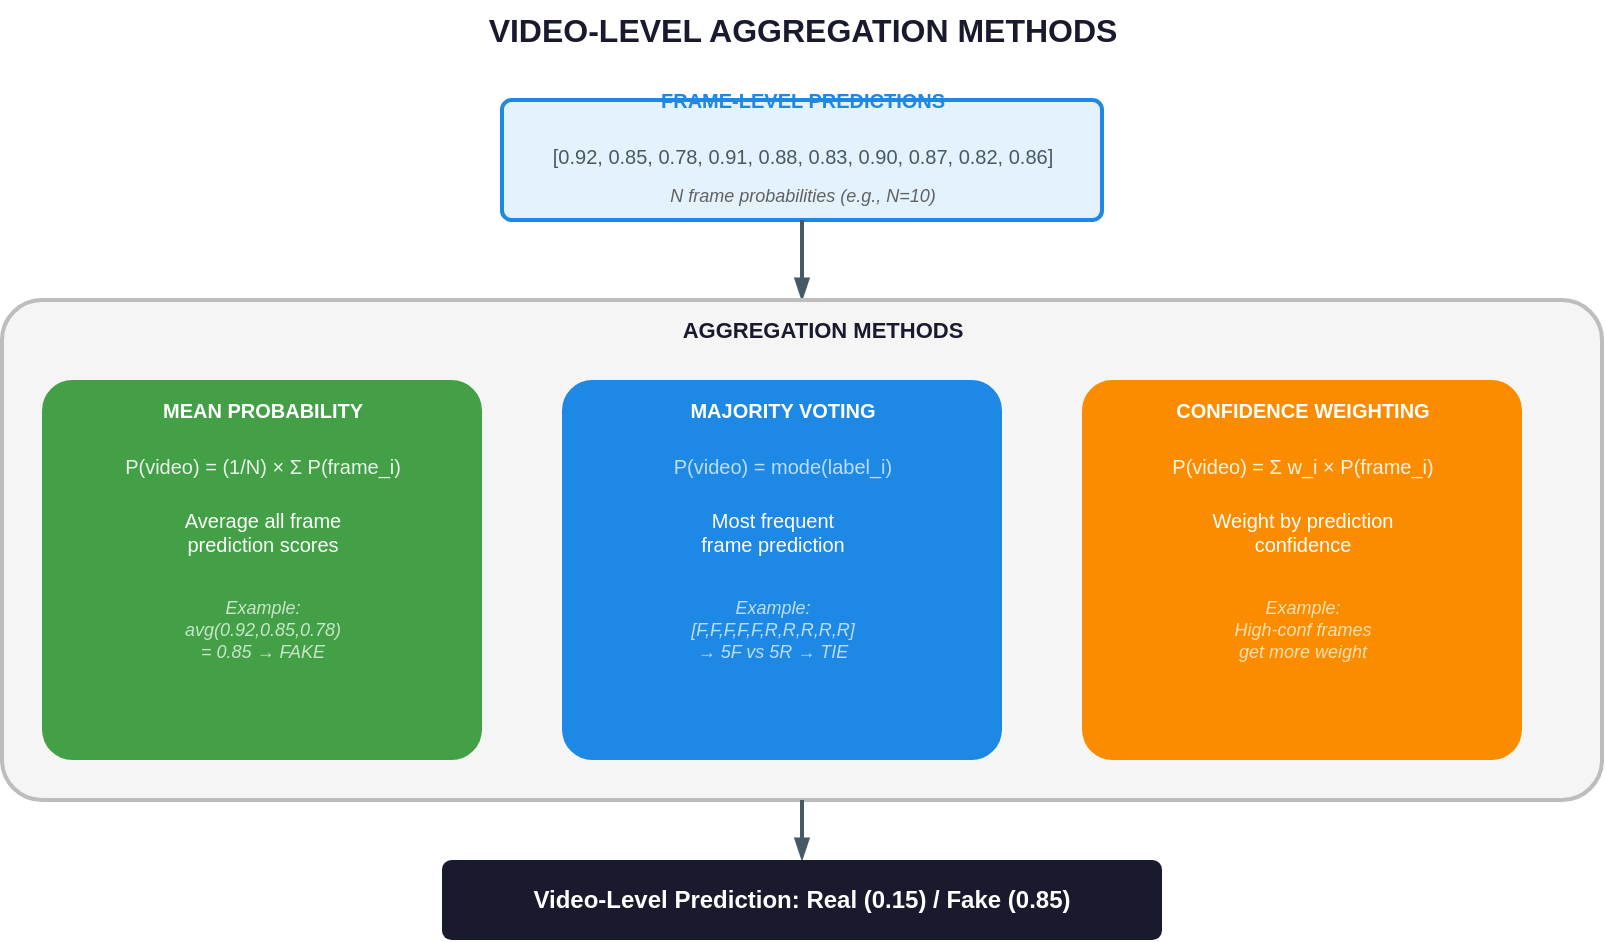
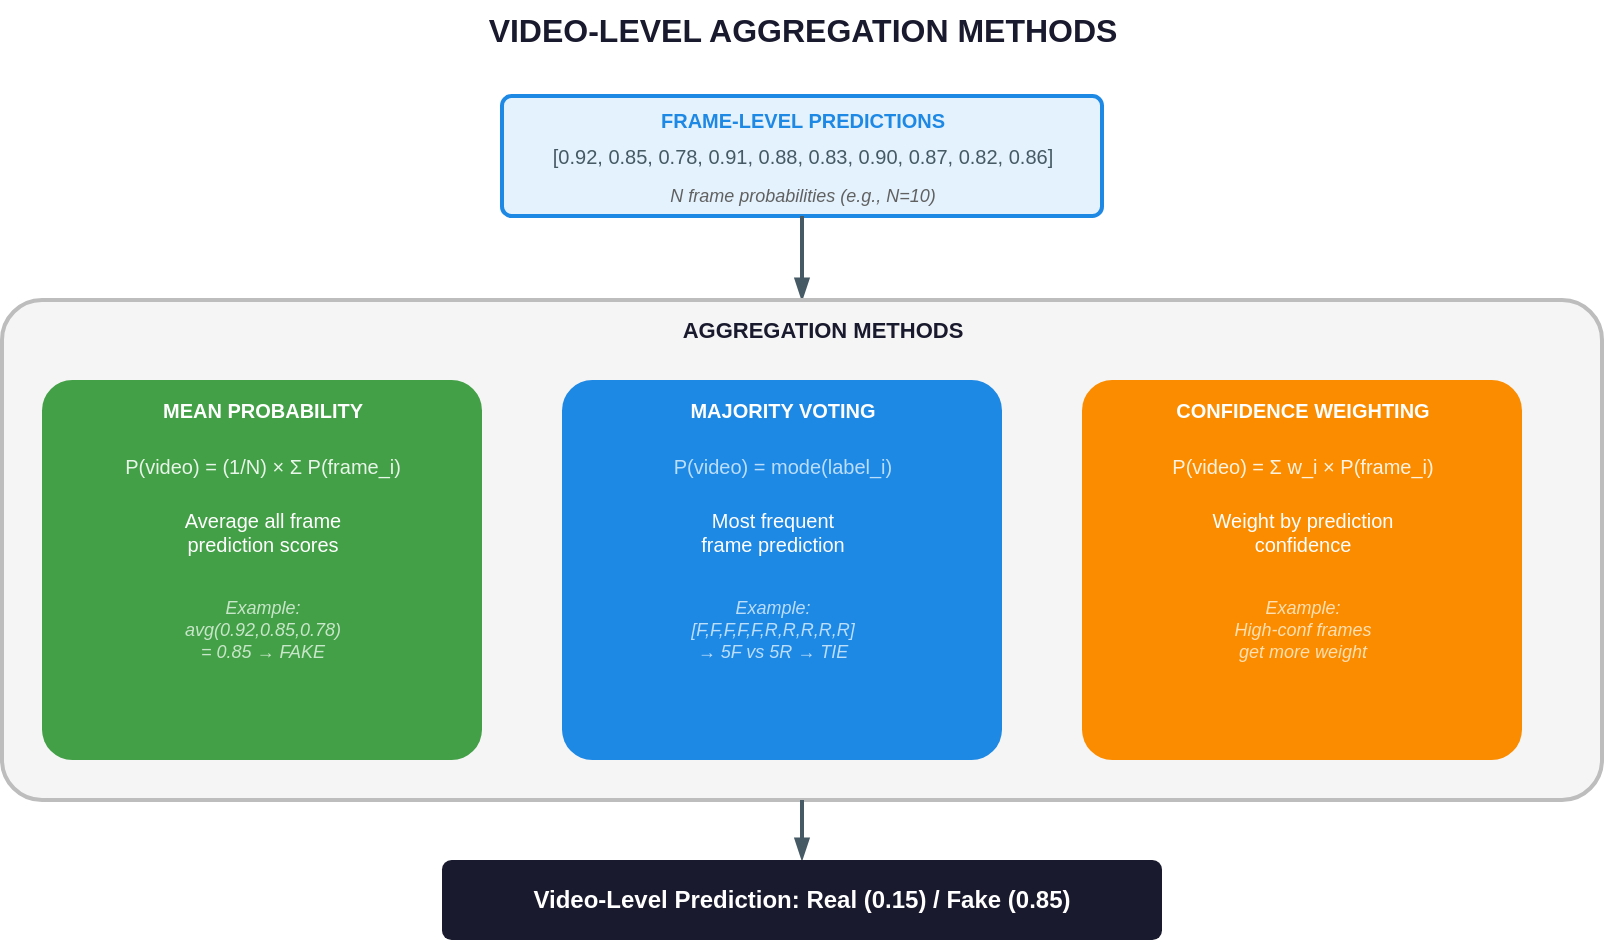
- <?xml version="1.0" encoding="UTF-8"?>
- <mxfile host="app.diagrams.net" modified="2026-02-25T10:30:00.000Z" agent="drawio" version="21.0.0" type="device">
-   <diagram id="video-aggregation" name="Video-Level Aggregation">
-     <mxGraphModel dx="1200" dy="800" grid="1" gridSize="10" guides="1" tooltips="1" connect="1" arrows="1" fold="1" page="1" pageScale="1" pageWidth="1100" pageHeight="850" math="0" shadow="0">
-       <root>
-         <mxCell id="0" />
-         <mxCell id="1" parent="0" />
- 
-         <!-- Title -->
-         <mxCell id="title" value="VIDEO-LEVEL AGGREGATION METHODS" style="text;html=1;align=center;verticalAlign=middle;resizable=0;points=[];autosize=1;strokeColor=none;fillColor=none;fontSize=16;fontStyle=1;fontColor=#1A1A2E;" vertex="1" parent="1">
-           <mxGeometry x="340" y="10" width="320" height="30" as="geometry" />
-         </mxCell>
- 
-         <!-- Frame Predictions -->
-         <mxCell id="frames" value="" style="rounded=1;whiteSpace=wrap;html=1;fillColor=#E3F2FD;strokeColor=#1E88E5;strokeWidth=2;arcSize=8;" vertex="1" parent="1">
-           <mxGeometry x="350" y="60" width="300" height="60" as="geometry" />
-         </mxCell>
-         <mxCell id="frames_title" value="FRAME-LEVEL PREDICTIONS" style="text;html=1;align=center;verticalAlign=middle;resizable=0;points=[];autosize=1;strokeColor=none;fillColor=none;fontSize=10;fontStyle=1;fontColor=#1E88E5;" vertex="1" parent="1">
-           <mxGeometry x="400" y="50" width="200" height="20" as="geometry" />
-         </mxCell>
-         <mxCell id="frames_detail" value="[0.92, 0.85, 0.78, 0.91, 0.88, 0.83, 0.90, 0.87, 0.82, 0.86]" style="text;html=1;align=center;verticalAlign=middle;resizable=0;points=[];autosize=1;strokeColor=none;fillColor=none;fontSize=10;fontColor=#455A64;" vertex="1" parent="1">
-           <mxGeometry x="370" y="80" width="260" height="16" as="geometry" />
-         </mxCell>
-         <mxCell id="frames_detail2" value="N frame probabilities (e.g., N=10)" style="text;html=1;align=center;verticalAlign=middle;resizable=0;points=[];autosize=1;strokeColor=none;fillColor=none;fontSize=9;fontStyle=2;fontColor=#616161;" vertex="1" parent="1">
-           <mxGeometry x="400" y="100" width="200" height="16" as="geometry" />
-         </mxCell>
- 
-         <!-- Arrow -->
-         <mxCell id="a1" style="edgeStyle=orthogonalEdgeStyle;rounded=0;orthogonalLoop=1;jettySize=auto;exitX=0.5;exitY=1;exitDx=0;exitDy=0;entryX=0.5;entryY=0;entryDx=0;entryDy=0;strokeColor=#455A64;strokeWidth=2;endArrow=blockThin;endFill=1;" edge="1" parent="1" source="frames" target="methods">
-           <mxGeometry relative="1" as="geometry" />
-         </mxCell>
- 
-         <!-- Methods Container -->
-         <mxCell id="methods" value="" style="rounded=1;whiteSpace=wrap;html=1;fillColor=#F5F5F5;strokeColor=#BDBDBD;strokeWidth=2;arcSize=8;" vertex="1" parent="1">
-           <mxGeometry x="100" y="160" width="800" height="250" as="geometry" />
-         </mxCell>
-         <mxCell id="methods_title" value="AGGREGATION METHODS" style="text;html=1;align=center;verticalAlign=middle;resizable=0;points=[];autosize=1;strokeColor=none;fillColor=none;fontSize=11;fontStyle=1;fontColor=#1A1A2E;" vertex="1" parent="1">
-           <mxGeometry x="430" y="165" width="160" height="20" as="geometry" />
-         </mxCell>
- 
-         <!-- Method 1: Mean Probability -->
-         <mxCell id="mean" value="" style="rounded=1;whiteSpace=wrap;html=1;fillColor=#43A047;strokeColor=none;fontColor=#FFFFFF;fontSize=11;fontStyle=1;arcSize=8;" vertex="1" parent="1">
-           <mxGeometry x="120" y="200" width="220" height="190" as="geometry" />
-         </mxCell>
-         <mxCell id="mean_title" value="MEAN PROBABILITY" style="text;html=1;align=center;verticalAlign=middle;resizable=0;points=[];autosize=1;strokeColor=none;fillColor=none;fontSize=10;fontStyle=1;fontColor=#FFFFFF;" vertex="1" parent="1">
-           <mxGeometry x="165" y="205" width="130" height="20" as="geometry" />
-         </mxCell>
-         <mxCell id="mean_formula" value="P(video) = (1/N) × Σ P(frame_i)" style="text;html=1;align=center;verticalAlign=middle;resizable=0;points=[];autosize=1;strokeColor=none;fillColor=none;fontSize=10;fontStyle=0;fontColor=#E8F5E9;" vertex="1" parent="1">
-           <mxGeometry x="140" y="235" width="180" height="16" as="geometry" />
-         </mxCell>
-         <mxCell id="mean_desc" value="Average all frame&#xa;prediction scores" style="text;html=1;align=center;verticalAlign=middle;resizable=0;points=[];autosize=1;strokeColor=none;fillColor=none;fontSize=10;fontColor=#FFFFFF;" vertex="1" parent="1">
-           <mxGeometry x="170" y="260" width="120" height="32" as="geometry" />
-         </mxCell>
-         <mxCell id="mean_example" value="Example:&#xa;avg(0.92,0.85,0.78)&#xa;= 0.85 → FAKE" style="text;html=1;align=center;verticalAlign=middle;resizable=0;points=[];autosize=1;strokeColor=none;fillColor=none;fontSize=9;fontStyle=2;fontColor=#C8E6C9;" vertex="1" parent="1">
-           <mxGeometry x="155" y="305" width="150" height="40" as="geometry" />
-         </mxCell>
- 
-         <!-- Method 2: Majority Voting -->
-         <mxCell id="majority" value="" style="rounded=1;whiteSpace=wrap;html=1;fillColor=#1E88E5;strokeColor=none;fontColor=#FFFFFF;fontSize=11;fontStyle=1;arcSize=8;" vertex="1" parent="1">
-           <mxGeometry x="380" y="200" width="220" height="190" as="geometry" />
-         </mxCell>
-         <mxCell id="majority_title" value="MAJORITY VOTING" style="text;html=1;align=center;verticalAlign=middle;resizable=0;points=[];autosize=1;strokeColor=none;fillColor=none;fontSize=10;fontStyle=1;fontColor=#FFFFFF;" vertex="1" parent="1">
-           <mxGeometry x="425" y="205" width="130" height="20" as="geometry" />
-         </mxCell>
-         <mxCell id="majority_formula" value="P(video) = mode(label_i)" style="text;html=1;align=center;verticalAlign=middle;resizable=0;points=[];autosize=1;strokeColor=none;fillColor=none;fontSize=10;fontStyle=0;fontColor=#BBDEFB;" vertex="1" parent="1">
-           <mxGeometry x="405" y="235" width="170" height="16" as="geometry" />
-         </mxCell>
-         <mxCell id="majority_desc" value="Most frequent&#xa;frame prediction" style="text;html=1;align=center;verticalAlign=middle;resizable=0;points=[];autosize=1;strokeColor=none;fillColor=none;fontSize=10;fontColor=#FFFFFF;" vertex="1" parent="1">
-           <mxGeometry x="425" y="260" width="120" height="32" as="geometry" />
-         </mxCell>
-         <mxCell id="majority_example" value="Example:&#xa;[F,F,F,F,F,R,R,R,R,R]&#xa;→ 5F vs 5R → TIE" style="text;html=1;align=center;verticalAlign=middle;resizable=0;points=[];autosize=1;strokeColor=none;fillColor=none;fontSize=9;fontStyle=2;fontColor=#BBDEFB;" vertex="1" parent="1">
-           <mxGeometry x="400" y="305" width="170" height="40" as="geometry" />
-         </mxCell>
- 
-         <!-- Method 3: Confidence Weighting -->
-         <mxCell id="confidence" value="" style="rounded=1;whiteSpace=wrap;html=1;fillColor=#FB8C00;strokeColor=none;fontColor=#FFFFFF;fontSize=11;fontStyle=1;arcSize=8;" vertex="1" parent="1">
-           <mxGeometry x="640" y="200" width="220" height="190" as="geometry" />
-         </mxCell>
-         <mxCell id="confidence_title" value="CONFIDENCE WEIGHTING" style="text;html=1;align=center;verticalAlign=middle;resizable=0;points=[];autosize=1;strokeColor=none;fillColor=none;fontSize=10;fontStyle=1;fontColor=#FFFFFF;" vertex="1" parent="1">
-           <mxGeometry x="675" y="205" width="150" height="20" as="geometry" />
-         </mxCell>
-         <mxCell id="confidence_formula" value="P(video) = Σ w_i × P(frame_i)" style="text;html=1;align=center;verticalAlign=middle;resizable=0;points=[];autosize=1;strokeColor=none;fillColor=none;fontSize=10;fontStyle=0;fontColor=#FFF3E0;" vertex="1" parent="1">
-           <mxGeometry x="660" y="235" width="180" height="16" as="geometry" />
-         </mxCell>
-         <mxCell id="confidence_desc" value="Weight by prediction&#xa;confidence" style="text;html=1;align=center;verticalAlign=middle;resizable=0;points=[];autosize=1;strokeColor=none;fillColor=none;fontSize=10;fontColor=#FFFFFF;" vertex="1" parent="1">
-           <mxGeometry x="680" y="260" width="140" height="32" as="geometry" />
-         </mxCell>
-         <mxCell id="confidence_example" value="Example:&#xa;High-conf frames&#xa;get more weight" style="text;html=1;align=center;verticalAlign=middle;resizable=0;points=[];autosize=1;strokeColor=none;fillColor=none;fontSize=9;fontStyle=2;fontColor=#FFE0B2;" vertex="1" parent="1">
-           <mxGeometry x="670" y="305" width="160" height="40" as="geometry" />
-         </mxCell>
- 
-         <!-- Arrow -->
-         <mxCell id="a2" style="edgeStyle=orthogonalEdgeStyle;rounded=0;orthogonalLoop=1;jettySize=auto;exitX=0.5;exitY=1;exitDx=0;exitDy=0;entryX=0.5;entryY=0;entryDx=0;entryDy=0;strokeColor=#455A64;strokeWidth=2;endArrow=blockThin;endFill=1;" edge="1" parent="1" source="methods" target="output">
-           <mxGeometry relative="1" as="geometry" />
-         </mxCell>
- 
-         <!-- Output -->
-         <mxCell id="output" value="Video-Level Prediction: Real (0.15) / Fake (0.85)" style="rounded=1;whiteSpace=wrap;html=1;fillColor=#1A1A2E;strokeColor=none;fontColor=#FFFFFF;fontSize=12;fontStyle=1;arcSize=12;" vertex="1" parent="1">
-           <mxGeometry x="320" y="440" width="360" height="40" as="geometry" />
-         </mxCell>
- 
-       </root>
-     </mxGraphModel>
-   </diagram>
- </mxfile>
+ <mxfile host="65bd71144e">
+     <diagram id="video-aggregation" name="Video-Level Aggregation">
+         <mxGraphModel dx="1045" dy="566" grid="1" gridSize="10" guides="1" tooltips="1" connect="1" arrows="1" fold="1" page="1" pageScale="1" pageWidth="1100" pageHeight="850" math="0" shadow="0">
+             <root>
+                 <mxCell id="0"/>
+                 <mxCell id="1" parent="0"/>
+                 <mxCell id="title" value="VIDEO-LEVEL AGGREGATION METHODS" style="text;html=1;align=center;verticalAlign=middle;resizable=0;points=[];autosize=1;strokeColor=none;fillColor=none;fontSize=16;fontStyle=1;fontColor=#1A1A2E;" parent="1" vertex="1">
+                     <mxGeometry x="340" y="10" width="320" height="30" as="geometry"/>
+                 </mxCell>
+                 <mxCell id="frames" value="" style="rounded=1;whiteSpace=wrap;html=1;fillColor=#E3F2FD;strokeColor=#1E88E5;strokeWidth=2;arcSize=8;" parent="1" vertex="1">
+                     <mxGeometry x="350" y="58" width="300" height="60" as="geometry"/>
+                 </mxCell>
+                 <mxCell id="frames_title" value="FRAME-LEVEL PREDICTIONS" style="text;html=1;align=center;verticalAlign=middle;resizable=0;points=[];autosize=1;strokeColor=none;fillColor=none;fontSize=10;fontStyle=1;fontColor=#1E88E5;" parent="1" vertex="1">
+                     <mxGeometry x="400" y="60" width="200" height="20" as="geometry"/>
+                 </mxCell>
+                 <mxCell id="frames_detail" value="[0.92, 0.85, 0.78, 0.91, 0.88, 0.83, 0.90, 0.87, 0.82, 0.86]" style="text;html=1;align=center;verticalAlign=middle;resizable=0;points=[];autosize=1;strokeColor=none;fillColor=none;fontSize=10;fontColor=#455A64;" parent="1" vertex="1">
+                     <mxGeometry x="370" y="80" width="260" height="16" as="geometry"/>
+                 </mxCell>
+                 <mxCell id="frames_detail2" value="N frame probabilities (e.g., N=10)" style="text;html=1;align=center;verticalAlign=middle;resizable=0;points=[];autosize=1;strokeColor=none;fillColor=none;fontSize=9;fontStyle=2;fontColor=#616161;" parent="1" vertex="1">
+                     <mxGeometry x="400" y="100" width="200" height="16" as="geometry"/>
+                 </mxCell>
+                 <mxCell id="a1" style="edgeStyle=orthogonalEdgeStyle;rounded=0;orthogonalLoop=1;jettySize=auto;exitX=0.5;exitY=1;exitDx=0;exitDy=0;entryX=0.5;entryY=0;entryDx=0;entryDy=0;strokeColor=#455A64;strokeWidth=2;endArrow=blockThin;endFill=1;" parent="1" source="frames" target="methods" edge="1">
+                     <mxGeometry relative="1" as="geometry"/>
+                 </mxCell>
+                 <mxCell id="methods" value="" style="rounded=1;whiteSpace=wrap;html=1;fillColor=#F5F5F5;strokeColor=#BDBDBD;strokeWidth=2;arcSize=8;" parent="1" vertex="1">
+                     <mxGeometry x="100" y="160" width="800" height="250" as="geometry"/>
+                 </mxCell>
+                 <mxCell id="methods_title" value="AGGREGATION METHODS" style="text;html=1;align=center;verticalAlign=middle;resizable=0;points=[];autosize=1;strokeColor=none;fillColor=none;fontSize=11;fontStyle=1;fontColor=#1A1A2E;" parent="1" vertex="1">
+                     <mxGeometry x="430" y="165" width="160" height="20" as="geometry"/>
+                 </mxCell>
+                 <mxCell id="mean" value="" style="rounded=1;whiteSpace=wrap;html=1;fillColor=#43A047;strokeColor=none;fontColor=#FFFFFF;fontSize=11;fontStyle=1;arcSize=8;" parent="1" vertex="1">
+                     <mxGeometry x="120" y="200" width="220" height="190" as="geometry"/>
+                 </mxCell>
+                 <mxCell id="mean_title" value="MEAN PROBABILITY" style="text;html=1;align=center;verticalAlign=middle;resizable=0;points=[];autosize=1;strokeColor=none;fillColor=none;fontSize=10;fontStyle=1;fontColor=#FFFFFF;" parent="1" vertex="1">
+                     <mxGeometry x="165" y="205" width="130" height="20" as="geometry"/>
+                 </mxCell>
+                 <mxCell id="mean_formula" value="P(video) = (1/N) × Σ P(frame_i)" style="text;html=1;align=center;verticalAlign=middle;resizable=0;points=[];autosize=1;strokeColor=none;fillColor=none;fontSize=10;fontStyle=0;fontColor=#E8F5E9;" parent="1" vertex="1">
+                     <mxGeometry x="140" y="235" width="180" height="16" as="geometry"/>
+                 </mxCell>
+                 <mxCell id="mean_desc" value="Average all frame&#xa;prediction scores" style="text;html=1;align=center;verticalAlign=middle;resizable=0;points=[];autosize=1;strokeColor=none;fillColor=none;fontSize=10;fontColor=#FFFFFF;" parent="1" vertex="1">
+                     <mxGeometry x="170" y="260" width="120" height="32" as="geometry"/>
+                 </mxCell>
+                 <mxCell id="mean_example" value="Example:&#xa;avg(0.92,0.85,0.78)&#xa;= 0.85 → FAKE" style="text;html=1;align=center;verticalAlign=middle;resizable=0;points=[];autosize=1;strokeColor=none;fillColor=none;fontSize=9;fontStyle=2;fontColor=#C8E6C9;" parent="1" vertex="1">
+                     <mxGeometry x="155" y="305" width="150" height="40" as="geometry"/>
+                 </mxCell>
+                 <mxCell id="majority" value="" style="rounded=1;whiteSpace=wrap;html=1;fillColor=#1E88E5;strokeColor=none;fontColor=#FFFFFF;fontSize=11;fontStyle=1;arcSize=8;" parent="1" vertex="1">
+                     <mxGeometry x="380" y="200" width="220" height="190" as="geometry"/>
+                 </mxCell>
+                 <mxCell id="majority_title" value="MAJORITY VOTING" style="text;html=1;align=center;verticalAlign=middle;resizable=0;points=[];autosize=1;strokeColor=none;fillColor=none;fontSize=10;fontStyle=1;fontColor=#FFFFFF;" parent="1" vertex="1">
+                     <mxGeometry x="425" y="205" width="130" height="20" as="geometry"/>
+                 </mxCell>
+                 <mxCell id="majority_formula" value="P(video) = mode(label_i)" style="text;html=1;align=center;verticalAlign=middle;resizable=0;points=[];autosize=1;strokeColor=none;fillColor=none;fontSize=10;fontStyle=0;fontColor=#BBDEFB;" parent="1" vertex="1">
+                     <mxGeometry x="405" y="235" width="170" height="16" as="geometry"/>
+                 </mxCell>
+                 <mxCell id="majority_desc" value="Most frequent&#xa;frame prediction" style="text;html=1;align=center;verticalAlign=middle;resizable=0;points=[];autosize=1;strokeColor=none;fillColor=none;fontSize=10;fontColor=#FFFFFF;" parent="1" vertex="1">
+                     <mxGeometry x="425" y="260" width="120" height="32" as="geometry"/>
+                 </mxCell>
+                 <mxCell id="majority_example" value="Example:&#xa;[F,F,F,F,F,R,R,R,R,R]&#xa;→ 5F vs 5R → TIE" style="text;html=1;align=center;verticalAlign=middle;resizable=0;points=[];autosize=1;strokeColor=none;fillColor=none;fontSize=9;fontStyle=2;fontColor=#BBDEFB;" parent="1" vertex="1">
+                     <mxGeometry x="400" y="305" width="170" height="40" as="geometry"/>
+                 </mxCell>
+                 <mxCell id="confidence" value="" style="rounded=1;whiteSpace=wrap;html=1;fillColor=#FB8C00;strokeColor=none;fontColor=#FFFFFF;fontSize=11;fontStyle=1;arcSize=8;" parent="1" vertex="1">
+                     <mxGeometry x="640" y="200" width="220" height="190" as="geometry"/>
+                 </mxCell>
+                 <mxCell id="confidence_title" value="CONFIDENCE WEIGHTING" style="text;html=1;align=center;verticalAlign=middle;resizable=0;points=[];autosize=1;strokeColor=none;fillColor=none;fontSize=10;fontStyle=1;fontColor=#FFFFFF;" parent="1" vertex="1">
+                     <mxGeometry x="675" y="205" width="150" height="20" as="geometry"/>
+                 </mxCell>
+                 <mxCell id="confidence_formula" value="P(video) = Σ w_i × P(frame_i)" style="text;html=1;align=center;verticalAlign=middle;resizable=0;points=[];autosize=1;strokeColor=none;fillColor=none;fontSize=10;fontStyle=0;fontColor=#FFF3E0;" parent="1" vertex="1">
+                     <mxGeometry x="660" y="235" width="180" height="16" as="geometry"/>
+                 </mxCell>
+                 <mxCell id="confidence_desc" value="Weight by prediction&#xa;confidence" style="text;html=1;align=center;verticalAlign=middle;resizable=0;points=[];autosize=1;strokeColor=none;fillColor=none;fontSize=10;fontColor=#FFFFFF;" parent="1" vertex="1">
+                     <mxGeometry x="680" y="260" width="140" height="32" as="geometry"/>
+                 </mxCell>
+                 <mxCell id="confidence_example" value="Example:&#xa;High-conf frames&#xa;get more weight" style="text;html=1;align=center;verticalAlign=middle;resizable=0;points=[];autosize=1;strokeColor=none;fillColor=none;fontSize=9;fontStyle=2;fontColor=#FFE0B2;" parent="1" vertex="1">
+                     <mxGeometry x="670" y="305" width="160" height="40" as="geometry"/>
+                 </mxCell>
+                 <mxCell id="a2" style="edgeStyle=orthogonalEdgeStyle;rounded=0;orthogonalLoop=1;jettySize=auto;exitX=0.5;exitY=1;exitDx=0;exitDy=0;entryX=0.5;entryY=0;entryDx=0;entryDy=0;strokeColor=#455A64;strokeWidth=2;endArrow=blockThin;endFill=1;" parent="1" source="methods" target="output" edge="1">
+                     <mxGeometry relative="1" as="geometry"/>
+                 </mxCell>
+                 <mxCell id="output" value="Video-Level Prediction: Real (0.15) / Fake (0.85)" style="rounded=1;whiteSpace=wrap;html=1;fillColor=#1A1A2E;strokeColor=none;fontColor=#FFFFFF;fontSize=12;fontStyle=1;arcSize=12;" parent="1" vertex="1">
+                     <mxGeometry x="320" y="440" width="360" height="40" as="geometry"/>
+                 </mxCell>
+             </root>
+         </mxGraphModel>
+     </diagram>
+ </mxfile>